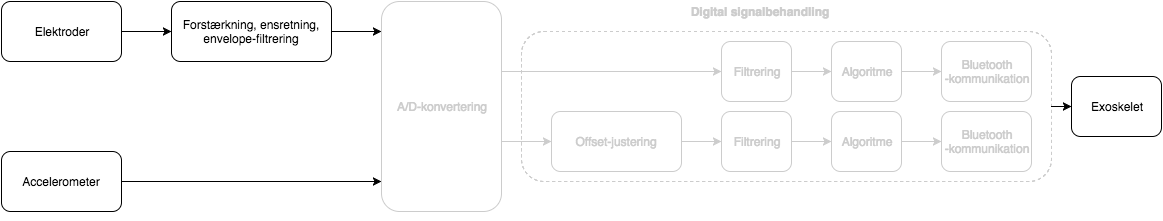
mariakroustrup/ST4 keeps this draw.io diagram as figures/implementering/Blokdiagram_analog.png. Above is the earlier version. Source tidied: cells renumbered, new cells last; positions are measured from the earlier drawing's top-left corner, leaving out a move shared by most shapes.
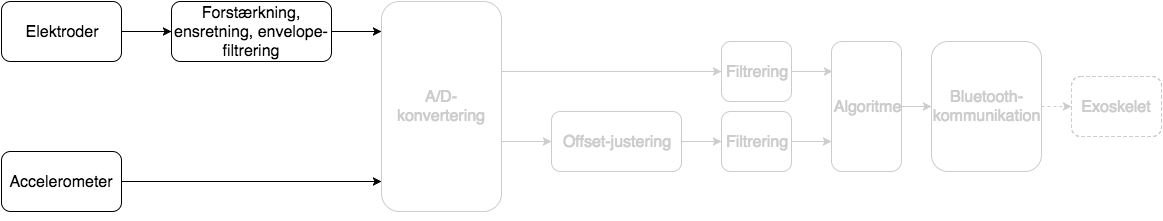
Later version of the same file.

Diff of the diagram source:
```diff
@@ -2,13 +2,10 @@
   <root>
     <mxCell id="0" />
     <mxCell id="1" parent="0" />
-    <mxCell id="2" style="rounded=1;whiteSpace=wrap;html=1;dashed=1;strokeColor=#CCCCCC;" parent="1" vertex="1">
-      <mxGeometry x="520" y="30" width="530" height="150" as="geometry" />
-    </mxCell>
     <mxCell id="3" style="edgeStyle=orthogonalEdgeStyle;rounded=0;html=1;exitX=1;exitY=0.5;jettySize=auto;strokeColor=#CCCCCC;" parent="1" edge="1" source="4" target="18">
       <mxGeometry relative="1" as="geometry" />
     </mxCell>
-    <mxCell id="4" value="&lt;font color=&quot;#cccccc&quot;&gt;Offset-justering&lt;/font&gt;" style="rounded=1;whiteSpace=wrap;html=1;strokeColor=#CCCCCC;fillColor=none;" parent="1" vertex="1">
+    <mxCell id="4" value="&lt;font color=&quot;#cccccc&quot; style=&quot;font-size: 16px&quot;&gt;Offset-justering&lt;/font&gt;" style="rounded=1;whiteSpace=wrap;html=1;strokeColor=#CCCCCC;fillColor=none;" parent="1" vertex="1">
       <mxGeometry x="550" y="110" width="130" height="60" as="geometry" />
     </mxCell>
     <mxCell id="5" style="edgeStyle=orthogonalEdgeStyle;rounded=0;html=1;exitX=1;exitY=0.5;jettySize=auto;strokeColor=#CCCCCC;" parent="1" edge="1" source="7" target="25">
@@ -25,16 +22,16 @@
         </Array>
       </mxGeometry>
     </mxCell>
-    <mxCell id="7" value="&lt;font color=&quot;#cccccc&quot;&gt;A/D-konvertering&lt;/font&gt;" style="rounded=1;whiteSpace=wrap;html=1;shadow=0;strokeColor=#CCCCCC;" parent="1" vertex="1">
+    <mxCell id="7" value="&lt;font color=&quot;#cccccc&quot; style=&quot;font-size: 16px&quot;&gt;A/D-konvertering&lt;/font&gt;" style="rounded=1;whiteSpace=wrap;html=1;shadow=0;strokeColor=#CCCCCC;" parent="1" vertex="1">
       <mxGeometry x="380" width="120" height="210" as="geometry" />
     </mxCell>
-    <mxCell id="8" value="Elektroder" style="rounded=1;whiteSpace=wrap;html=1;" parent="1" vertex="1">
+    <mxCell id="8" value="&lt;font style=&quot;font-size: 16px&quot;&gt;Elektroder&lt;/font&gt;" style="rounded=1;whiteSpace=wrap;html=1;" parent="1" vertex="1">
       <mxGeometry width="120" height="60" as="geometry" />
     </mxCell>
-    <mxCell id="9" value="Accelerometer" style="rounded=1;whiteSpace=wrap;html=1;" parent="1" vertex="1">
+    <mxCell id="9" value="&lt;font style=&quot;font-size: 16px&quot;&gt;Accelerometer&lt;/font&gt;" style="rounded=1;whiteSpace=wrap;html=1;" parent="1" vertex="1">
       <mxGeometry y="150" width="120" height="60" as="geometry" />
     </mxCell>
-    <mxCell id="10" value="&lt;div&gt;Forstærkning, ensretning, envelope-filtrering&lt;/div&gt;" style="rounded=1;whiteSpace=wrap;html=1;" parent="1" vertex="1">
+    <mxCell id="10" value="&lt;div&gt;&lt;font style=&quot;font-size: 16px&quot;&gt;Forstærkning, ensretning, envelope-filtrering&lt;/font&gt;&lt;/div&gt;" style="rounded=1;whiteSpace=wrap;html=1;" parent="1" vertex="1">
       <mxGeometry x="170" width="160" height="60" as="geometry" />
     </mxCell>
     <mxCell id="11" style="endArrow=classic;html=1;entryX=0;entryY=0.5;exitX=1;exitY=0.5;" parent="1" edge="1" source="8" target="10">
@@ -51,57 +48,43 @@
     <mxCell id="14" style="edgeStyle=orthogonalEdgeStyle;rounded=0;html=1;exitX=0;exitY=0.5;entryX=0;entryY=0.5;jettySize=auto;orthogonalLoop=1;" parent="1" edge="1" source="4" target="4">
       <mxGeometry relative="1" as="geometry" />
     </mxCell>
-    <mxCell id="15" value="&lt;b&gt;&lt;font color=&quot;#cccccc&quot;&gt;Digital signalbehandling&lt;/font&gt;&lt;/b&gt;" style="text;html=1;strokeColor=none;fillColor=none;align=center;verticalAlign=middle;whiteSpace=wrap;overflow=hidden;dashed=1;" parent="1" vertex="1">
-      <mxGeometry x="670" width="175" height="20" as="geometry" />
-    </mxCell>
     <mxCell id="16" style="edgeStyle=orthogonalEdgeStyle;rounded=0;html=1;exitX=0.5;exitY=1;startSize=6;jettySize=auto;orthogonalLoop=1;" parent="1" edge="1">
       <mxGeometry relative="1" as="geometry">
         <mxPoint x="755" y="210" as="sourcePoint" />
         <mxPoint x="755" y="210" as="targetPoint" />
       </mxGeometry>
     </mxCell>
-    <mxCell id="17" style="edgeStyle=orthogonalEdgeStyle;rounded=0;html=1;exitX=1;exitY=0.5;jettySize=auto;strokeColor=#CCCCCC;" parent="1" edge="1" source="18" target="20">
-      <mxGeometry relative="1" as="geometry" />
+    <mxCell id="17" style="edgeStyle=orthogonalEdgeStyle;rounded=0;html=1;exitX=1;exitY=0.5;jettySize=auto;strokeColor=#CCCCCC;" parent="1" edge="1" source="18">
+      <mxGeometry relative="1" as="geometry">
+        <mxPoint x="830" y="140" as="targetPoint" />
+      </mxGeometry>
     </mxCell>
-    <mxCell id="18" value="&lt;span&gt;&lt;font color=&quot;#cccccc&quot;&gt;Filtrering&lt;/font&gt;&lt;/span&gt;" style="rounded=1;whiteSpace=wrap;html=1;strokeColor=#CCCCCC;" parent="1" vertex="1">
+    <mxCell id="18" value="&lt;span&gt;&lt;font color=&quot;#cccccc&quot; style=&quot;font-size: 16px&quot;&gt;Filtrering&lt;/font&gt;&lt;/span&gt;" style="rounded=1;whiteSpace=wrap;html=1;strokeColor=#CCCCCC;" parent="1" vertex="1">
       <mxGeometry x="720" y="110" width="70" height="60" as="geometry" />
     </mxCell>
-    <mxCell id="19" style="edgeStyle=orthogonalEdgeStyle;rounded=0;html=1;exitX=1;exitY=0.5;entryX=0;entryY=0.5;jettySize=auto;strokeColor=#CCCCCC;" parent="1" edge="1" source="20" target="22">
-      <mxGeometry relative="1" as="geometry" />
-    </mxCell>
-    <mxCell id="20" value="&lt;span&gt;&lt;font color=&quot;#cccccc&quot;&gt;Algoritme&lt;/font&gt;&lt;/span&gt;" style="rounded=1;whiteSpace=wrap;html=1;strokeColor=#CCCCCC;" parent="1" vertex="1">
-      <mxGeometry x="830" y="110" width="70" height="60" as="geometry" />
-    </mxCell>
-    <mxCell id="21" style="edgeStyle=orthogonalEdgeStyle;rounded=0;html=1;entryX=0;entryY=0.5;jettySize=auto;strokeColor=#CCCCCC;" parent="1" edge="1" target="23">
-      <mxGeometry relative="1" as="geometry">
-        <mxPoint x="1050" y="105" as="sourcePoint" />
-      </mxGeometry>
-    </mxCell>
-    <mxCell id="22" value="&lt;font color=&quot;#cccccc&quot;&gt;&lt;span&gt;Bluetooth&lt;/span&gt;&lt;br&gt;&lt;span&gt;-kommunikation&lt;/span&gt;&lt;/font&gt;" style="rounded=1;whiteSpace=wrap;html=1;strokeColor=#CCCCCC;" parent="1" vertex="1">
-      <mxGeometry x="940" y="110" width="90" height="60" as="geometry" />
-    </mxCell>
-    <mxCell id="23" value="Exoskelet" style="rounded=1;whiteSpace=wrap;html=1;strokeColor=#000000;" parent="1" vertex="1">
+    <mxCell id="23" value="&lt;font color=&quot;#cccccc&quot; style=&quot;font-size: 16px&quot;&gt;Exoskelet&lt;/font&gt;" style="rounded=1;whiteSpace=wrap;html=1;strokeColor=#CCCCCC;dashed=1;" parent="1" vertex="1">
       <mxGeometry x="1070" y="75" width="90" height="60" as="geometry" />
     </mxCell>
-    <mxCell id="24" style="edgeStyle=orthogonalEdgeStyle;rounded=0;html=1;exitX=1;exitY=0.5;entryX=0;entryY=0.5;jettySize=auto;strokeColor=#CCCCCC;" parent="1" edge="1" source="25" target="27">
-      <mxGeometry relative="1" as="geometry" />
-    </mxCell>
-    <mxCell id="25" value="&lt;span&gt;&lt;font color=&quot;#cccccc&quot;&gt;Filtrering&lt;/font&gt;&lt;/span&gt;" style="rounded=1;whiteSpace=wrap;html=1;strokeColor=#CCCCCC;" parent="1" vertex="1">
+    <mxCell id="25" value="&lt;span&gt;&lt;font color=&quot;#cccccc&quot; style=&quot;font-size: 16px&quot;&gt;Filtrering&lt;/font&gt;&lt;/span&gt;" style="rounded=1;whiteSpace=wrap;html=1;strokeColor=#CCCCCC;" parent="1" vertex="1">
       <mxGeometry x="720" y="40" width="70" height="60" as="geometry" />
     </mxCell>
+    <mxCell id="27" value="&lt;span&gt;&lt;font color=&quot;#cccccc&quot; style=&quot;font-size: 16px&quot;&gt;Algoritme&lt;/font&gt;&lt;/span&gt;" style="rounded=1;whiteSpace=wrap;html=1;strokeColor=#CCCCCC;" parent="1" vertex="1">
+      <mxGeometry x="830" y="40" width="70" height="130" as="geometry" />
+    </mxCell>
+    <mxCell id="29" value="&lt;font color=&quot;#cccccc&quot; style=&quot;font-size: 16px&quot;&gt;Bluetooth-kommunikation&lt;/font&gt;" style="rounded=1;whiteSpace=wrap;html=1;strokeColor=#CCCCCC;" parent="1" vertex="1">
+      <mxGeometry x="930" y="40" width="110" height="130" as="geometry" />
+    </mxCell>
+    <mxCell id="30" style="edgeStyle=orthogonalEdgeStyle;rounded=0;html=1;exitX=1;exitY=0.5;jettySize=auto;orthogonalLoop=1;strokeColor=#CCCCCC;" parent="1" edge="1">
+      <mxGeometry x="811" y="120" as="geometry">
+        <mxPoint x="791" y="70" as="sourcePoint" />
+        <mxPoint x="831" y="70" as="targetPoint" />
+      </mxGeometry>
+    </mxCell>
-    <mxCell id="26" style="edgeStyle=orthogonalEdgeStyle;rounded=0;html=1;exitX=1;exitY=0.5;entryX=0;entryY=0.5;jettySize=auto;strokeColor=#CCCCCC;" parent="1" edge="1" source="27" target="29">
+    <mxCell id="26" style="edgeStyle=orthogonalEdgeStyle;rounded=0;html=1;exitX=1;exitY=0.5;entryX=0;entryY=0.5;startSize=6;jettySize=auto;strokeColor=#CCCCCC;fontColor=#CCCCCC;" parent="1" edge="1" source="27" target="29">
       <mxGeometry relative="1" as="geometry" />
     </mxCell>
-    <mxCell id="27" value="&lt;span&gt;&lt;font color=&quot;#cccccc&quot;&gt;Algoritme&lt;/font&gt;&lt;/span&gt;" style="rounded=1;whiteSpace=wrap;html=1;strokeColor=#CCCCCC;" parent="1" vertex="1">
-      <mxGeometry x="830" y="40" width="70" height="60" as="geometry" />
-    </mxCell>
-    <mxCell id="28" style="edgeStyle=orthogonalEdgeStyle;rounded=0;html=1;entryX=0;entryY=0.5;jettySize=auto;strokeColor=#000000;" parent="1" edge="1" target="23">
-      <mxGeometry relative="1" as="geometry">
-        <mxPoint x="1050" y="105" as="sourcePoint" />
-      </mxGeometry>
-    </mxCell>
-    <mxCell id="29" value="&lt;font color=&quot;#cccccc&quot;&gt;&lt;span&gt;Bluetooth&lt;/span&gt;&lt;br&gt;&lt;span&gt;-kommunikation&lt;/span&gt;&lt;/font&gt;" style="rounded=1;whiteSpace=wrap;html=1;strokeColor=#CCCCCC;" parent="1" vertex="1">
-      <mxGeometry x="940" y="40" width="90" height="60" as="geometry" />
-    </mxCell>
+    <mxCell id="31" style="edgeStyle=orthogonalEdgeStyle;rounded=0;html=1;exitX=1;exitY=0.5;entryX=0;entryY=0.5;startSize=6;jettySize=auto;strokeColor=#CCCCCC;fontColor=#CCCCCC;dashed=1;" parent="1" edge="1" source="29" target="23">
+      <mxGeometry relative="1" as="geometry" />
+    </mxCell>
   </root>
 </mxGraphModel>
```
